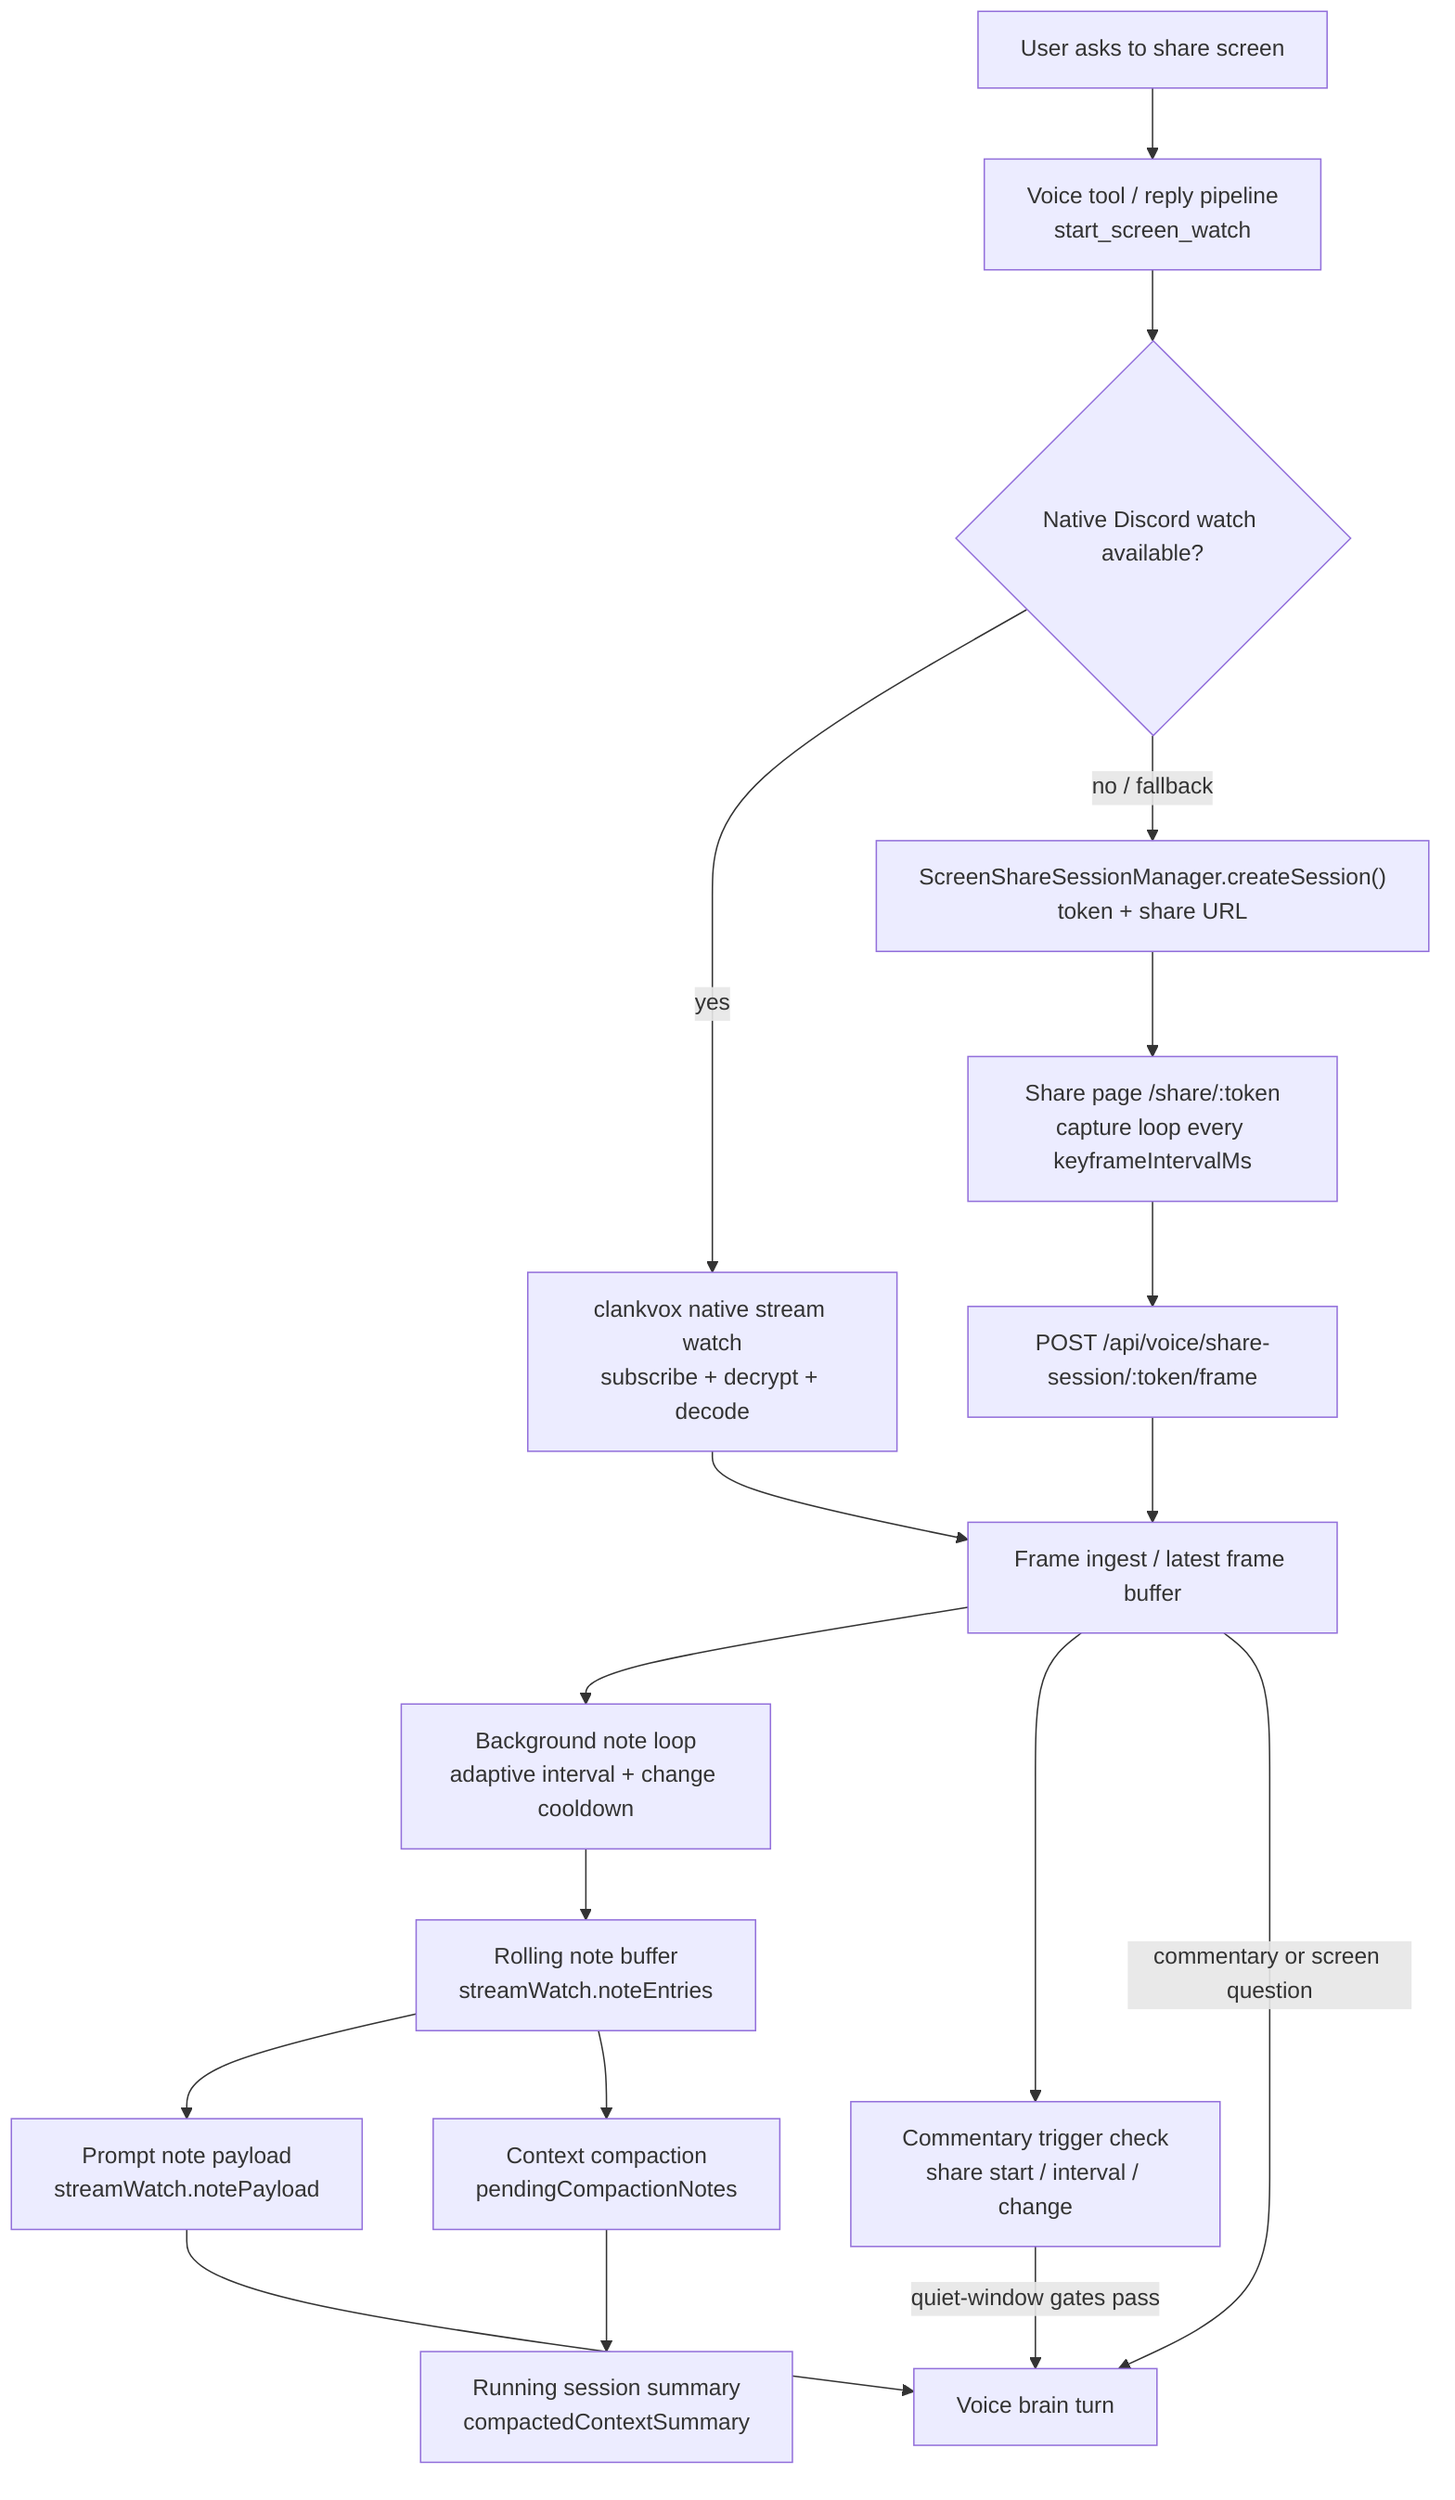
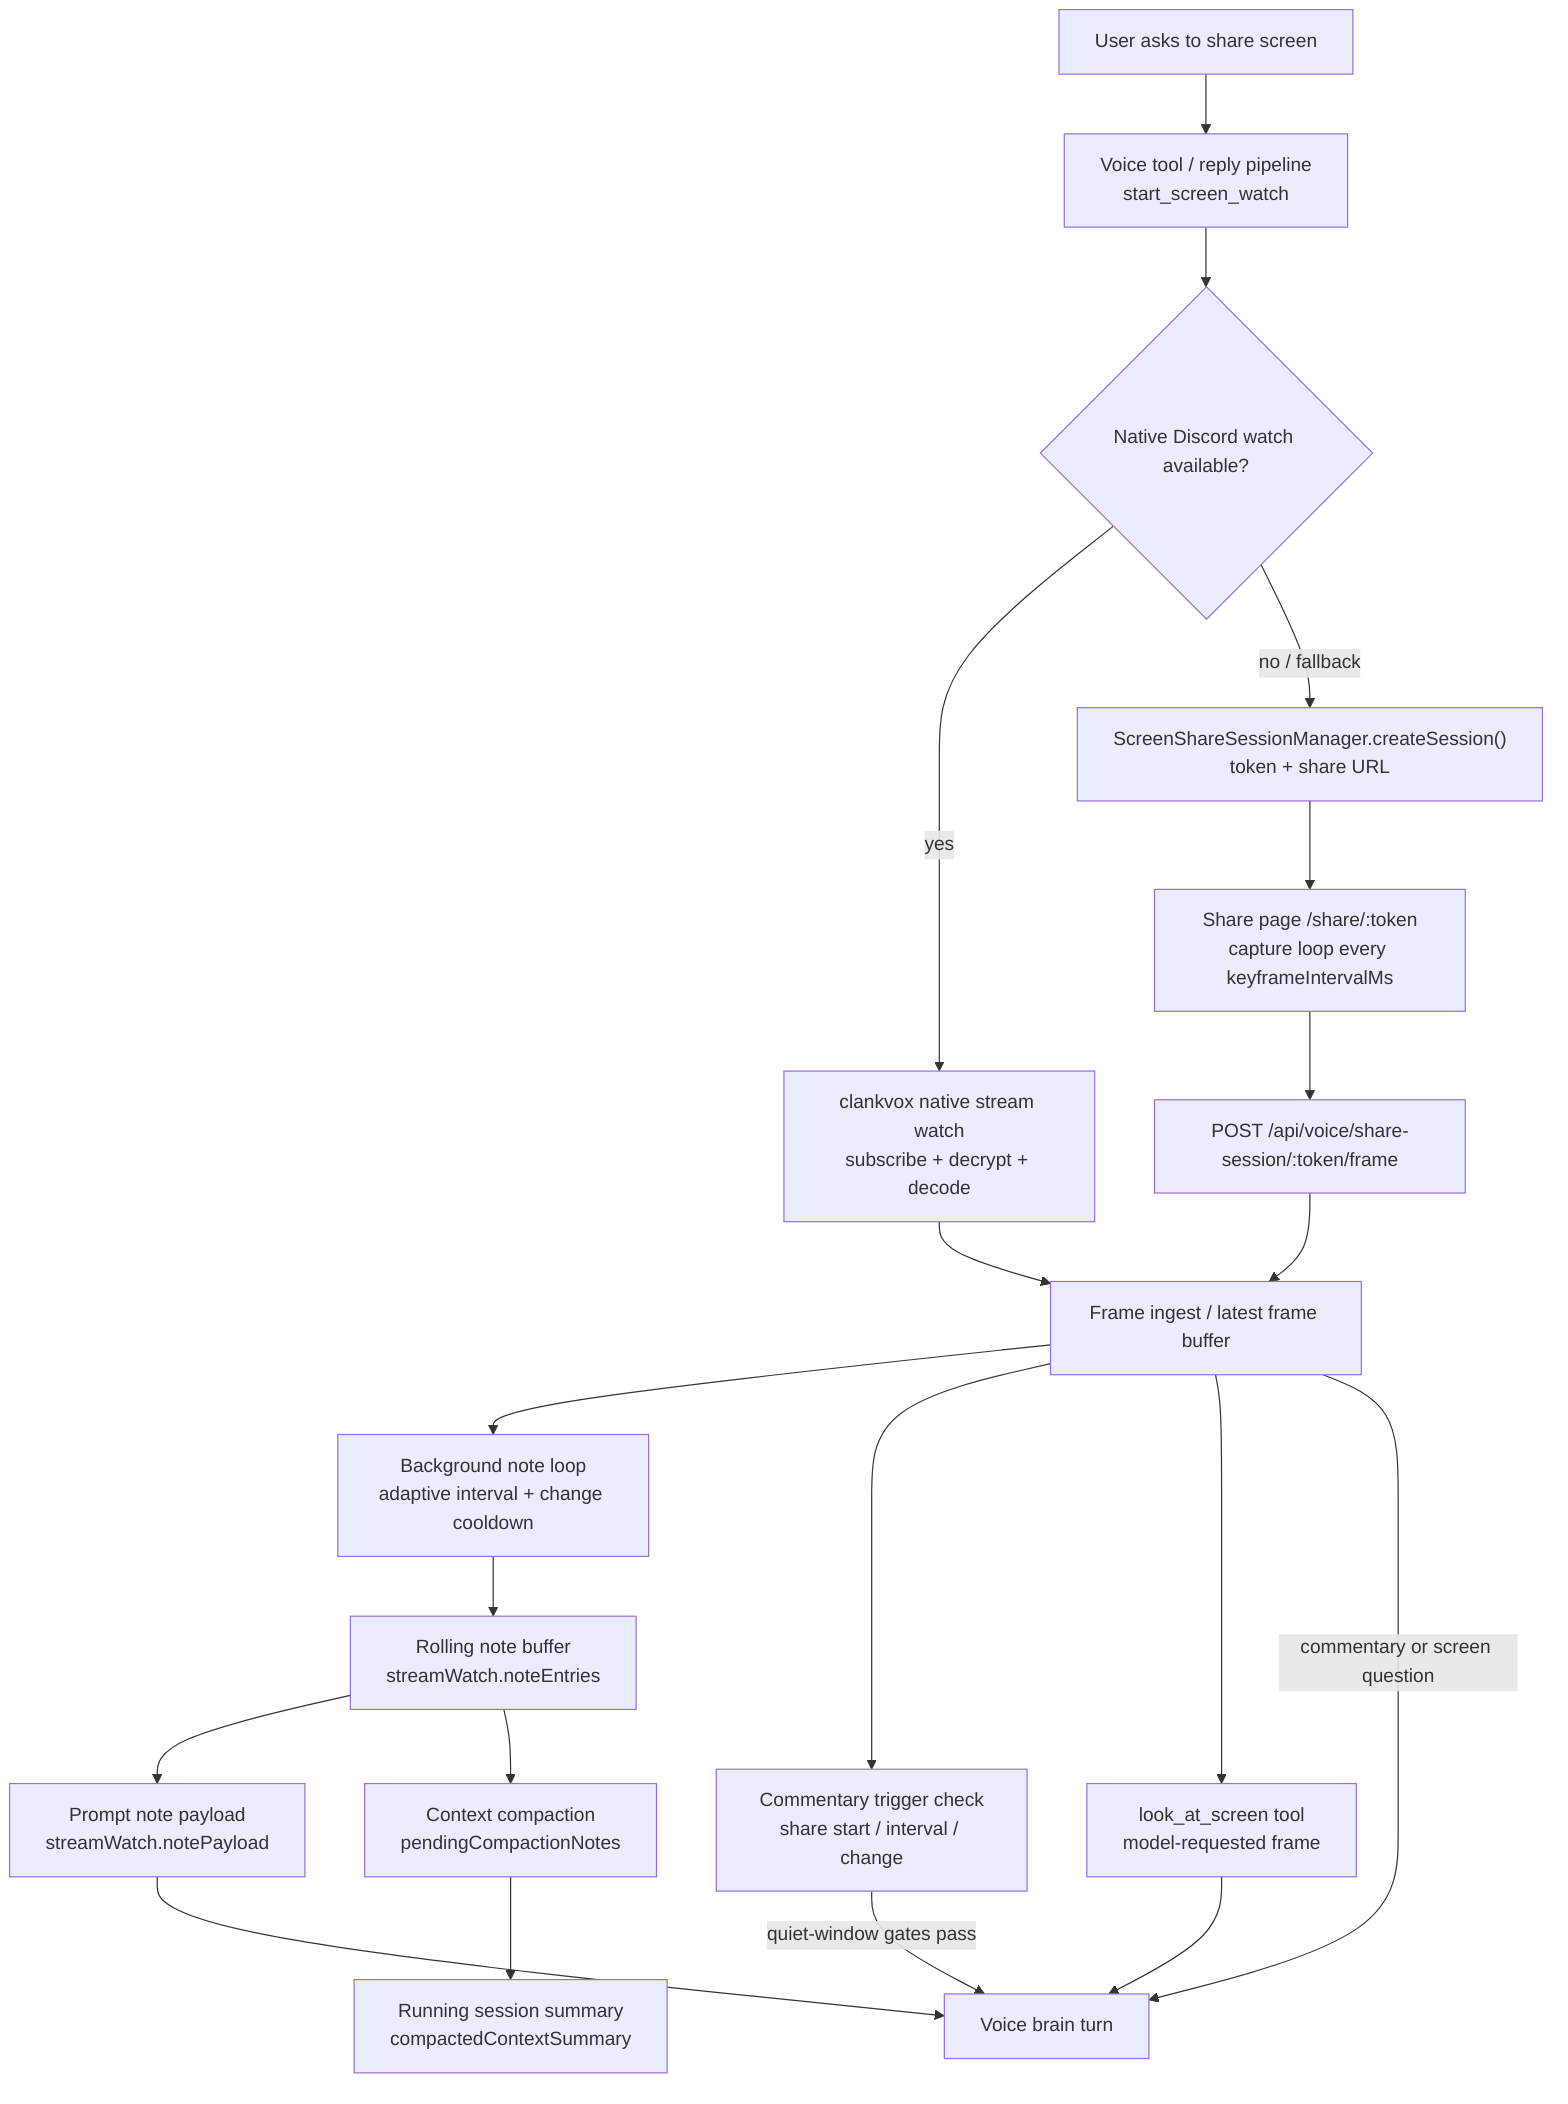
flowchart TD
    A["User asks to share screen"] --> B["Voice tool / reply pipeline<br/>start_screen_watch"]
    B --> C{"Native Discord watch available?"}
    C -->|yes| D["clankvox native stream watch<br/>subscribe + decrypt + decode"]
    C -->|no / fallback| E["ScreenShareSessionManager.createSession()<br/>token + share URL"]
    E --> F["Share page /share/:token<br/>capture loop every keyframeIntervalMs"]
    F --> G["POST /api/voice/share-session/:token/frame"]

    D --> H["Frame ingest / latest frame buffer"]
    G --> H

    H --> I["Background note loop<br/>adaptive interval + change cooldown"]
    I --> J["Rolling note buffer<br/>streamWatch.noteEntries"]
    J --> K["Prompt note payload<br/>streamWatch.notePayload"]

    H --> L["Commentary trigger check<br/>share start / interval / change"]
+     H --> P["look_at_screen tool<br/>model-requested frame"]
    K --> M["Voice brain turn"]
    H -->|commentary or screen question| M
+     P --> M
    L -->|quiet-window gates pass| M

    J --> N["Context compaction<br/>pendingCompactionNotes"]
    N --> O["Running session summary<br/>compactedContextSummary"]
